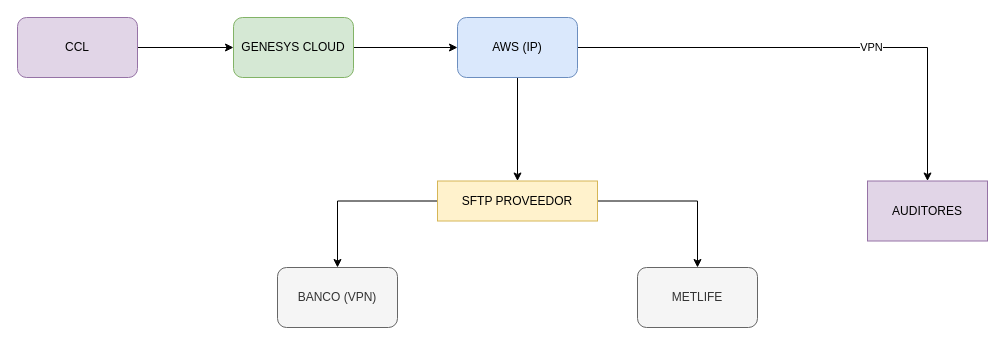
Earlier version of the draw.io diagram Diagrama sin título.drawio (nonate/personalProject). Source tidied: cells renumbered, new cells numbered last; positions are measured from the earlier drawing's top-left corner, leaving out a move shared by most shapes. Both pictures are drawn from the tidied source at 100%, with x=0, y=0 at pixel (17, 17).
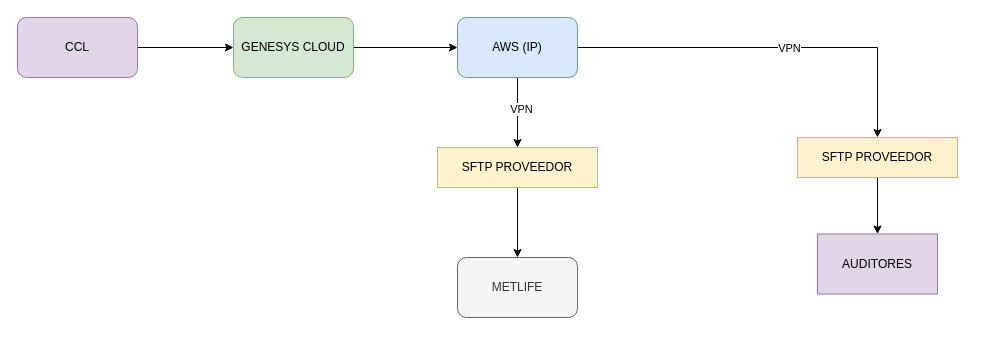
After the change.

What changed in the source:
```diff
@@
 <mxGraphModel>
   <root>
     <mxCell id="0" />
     <mxCell id="1" parent="0" />
     <mxCell id="2" style="edgeStyle=orthogonalEdgeStyle;rounded=0;jettySize=auto;html=1;" parent="1" edge="1" source="4" target="5">
       <mxGeometry relative="1" as="geometry" />
     </mxCell>
-    <mxCell id="3" style="edgeStyle=orthogonalEdgeStyle;rounded=0;jettySize=auto;html=1;" parent="1" edge="1" source="4" target="8">
-      <mxGeometry relative="1" as="geometry" />
-    </mxCell>
     <mxCell id="4" value="SFTP PROVEEDOR" style="rounded=0;whiteSpace=wrap;html=1;fillColor=#fff2cc;strokeColor=#d6b656;gradientColor=none;" parent="1" vertex="1">
-      <mxGeometry x="420" y="163.5" width="160" height="40" as="geometry" />
+      <mxGeometry x="420" y="130" width="160" height="40" as="geometry" />
     </mxCell>
     <mxCell id="5" value="METLIFE" style="rounded=1;whiteSpace=wrap;html=1;fillColor=#f5f5f5;fontColor=#333333;strokeColor=#666666;" parent="1" vertex="1">
-      <mxGeometry x="620" y="250" width="120" height="60" as="geometry" />
+      <mxGeometry x="440" y="240" width="120" height="60" as="geometry" />
     </mxCell>
-    <mxCell id="6" style="edgeStyle=orthogonalEdgeStyle;rounded=0;jettySize=auto;html=1;exitX=1;exitY=0.5;exitDx=0;exitDy=0;" parent="1" edge="1" source="14" target="15">
-      <mxGeometry relative="1" as="geometry">
-        <Array as="points">
-          <mxPoint x="910" y="30" />
-        </Array>
-      </mxGeometry>
-    </mxCell>
-    <mxCell id="7" value="VPN" style="edgeLabel;html=1;align=center;verticalAlign=middle;" parent="6" vertex="1">
-      <mxGeometry x="0.21" y="1" relative="1" as="geometry" />
-    </mxCell>
-    <mxCell id="8" value="BANCO (VPN)" style="rounded=1;whiteSpace=wrap;html=1;fillColor=#f5f5f5;fontColor=#333333;strokeColor=#666666;" parent="1" vertex="1">
-      <mxGeometry x="260" y="250" width="120" height="60" as="geometry" />
-    </mxCell>
     <mxCell id="9" style="edgeStyle=orthogonalEdgeStyle;rounded=0;jettySize=auto;html=1;" parent="1" edge="1" source="10" target="12">
       <mxGeometry relative="1" as="geometry" />
     </mxCell>
     <mxCell id="10" value="CCL" style="rounded=1;whiteSpace=wrap;html=1;fillColor=#e1d5e7;strokeColor=#9673a6;" parent="1" vertex="1">
       <mxGeometry width="120" height="60" as="geometry" />
     </mxCell>
     <mxCell id="11" style="edgeStyle=orthogonalEdgeStyle;rounded=0;jettySize=auto;html=1;" parent="1" edge="1" source="12" target="14">
       <mxGeometry relative="1" as="geometry" />
     </mxCell>
     <mxCell id="12" value="GENESYS CLOUD" style="rounded=1;whiteSpace=wrap;html=1;fillColor=#d5e8d4;strokeColor=#82b366;" parent="1" vertex="1">
       <mxGeometry x="216" width="120" height="60" as="geometry" />
     </mxCell>
     <mxCell id="13" style="edgeStyle=orthogonalEdgeStyle;rounded=0;jettySize=auto;html=1;entryX=0.5;entryY=0;entryDx=0;entryDy=0;" parent="1" edge="1" source="14" target="4">
       <mxGeometry relative="1" as="geometry" />
     </mxCell>
+    <mxCell id="16" value="VPN" style="edgeLabel;html=1;align=center;verticalAlign=middle;" parent="13" vertex="1">
+      <mxGeometry x="-0.11" y="3" relative="1" as="geometry" />
+    </mxCell>
+    <mxCell id="17" style="edgeStyle=orthogonalEdgeStyle;rounded=0;jettySize=auto;html=1;entryX=0.5;entryY=0;entryDx=0;entryDy=0;" parent="1" edge="1" source="14" target="20">
+      <mxGeometry relative="1" as="geometry" />
+    </mxCell>
+    <mxCell id="18" value="VPN" style="edgeLabel;html=1;align=center;verticalAlign=middle;" parent="17" vertex="1">
+      <mxGeometry x="0.08" relative="1" as="geometry" />
+    </mxCell>
     <mxCell id="14" value="AWS (IP)" style="rounded=1;whiteSpace=wrap;html=1;fillColor=#dae8fc;strokeColor=#6c8ebf;" parent="1" vertex="1">
       <mxGeometry x="440" width="120" height="60" as="geometry" />
     </mxCell>
     <mxCell id="15" value="AUDITORES" style="rounded=0;whiteSpace=wrap;html=1;fillColor=#e1d5e7;strokeColor=#9673a6;" parent="1" vertex="1">
-      <mxGeometry x="850" y="163.5" width="120" height="60" as="geometry" />
+      <mxGeometry x="800" y="216.5" width="120" height="60" as="geometry" />
     </mxCell>
+    <mxCell id="19" style="edgeStyle=orthogonalEdgeStyle;rounded=0;jettySize=auto;html=1;" parent="1" edge="1" source="20" target="15">
+      <mxGeometry relative="1" as="geometry" />
+    </mxCell>
+    <mxCell id="20" value="SFTP PROVEEDOR" style="rounded=0;whiteSpace=wrap;html=1;fillColor=#fff2cc;strokeColor=#d6b656;gradientColor=none;" parent="1" vertex="1">
+      <mxGeometry x="780" y="120" width="160" height="40" as="geometry" />
+    </mxCell>
   </root>
 </mxGraphModel>
```
